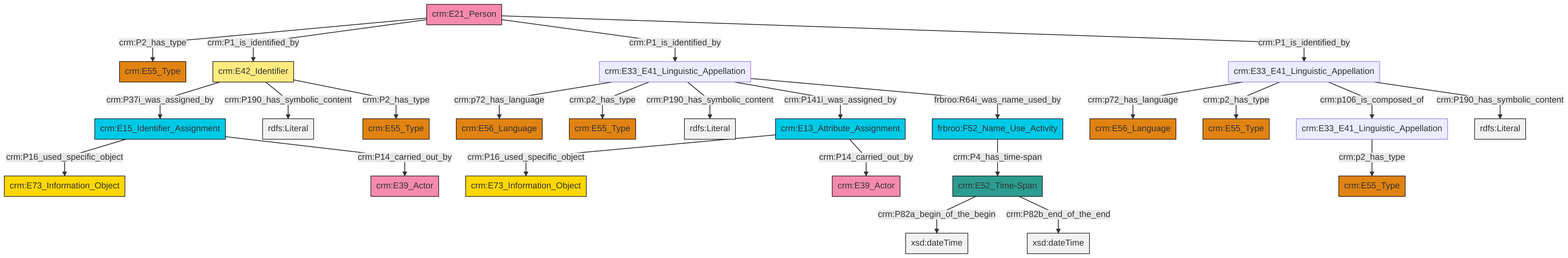
The Mermaid diagram et/personCSV/ttl/mmd/png/Person_Names_and_Classification.png in ncarboni/srdm, before a commit. Its source is kept beside it as et/personCSV/ttl/mmd/Person_Names_and_Classification.ttl.mmd.
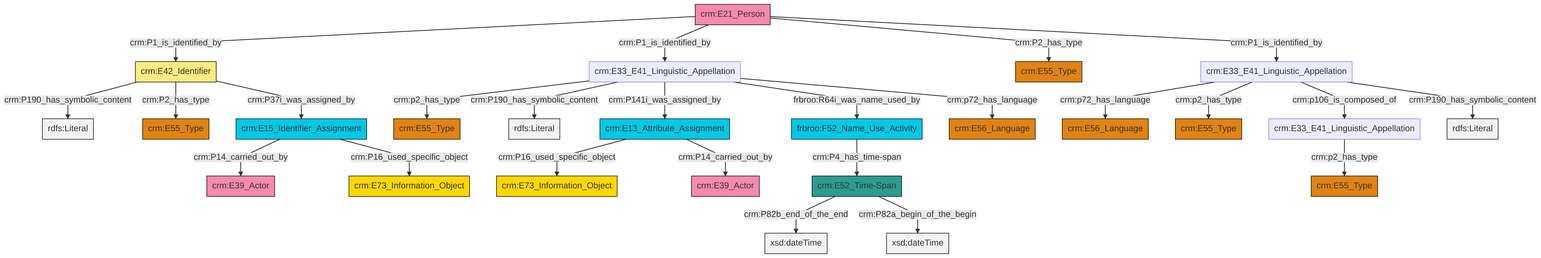
Later version of the same file.

What changed in the source:
```diff
@@ -13,27 +13,27 @@
 classDef PC_Classes fill:#4ce600, stroke:#000000;
 classDef Multi fill:#cccccc,stroke:#000000;
 
-0["crm:E33_E41_Linguistic_Appellation"]:::Default -->|crm:p72_has_language| 12["crm:E56_Language"]:::Type
-13["crm:E42_Identifier"]:::Appellation -->|crm:P37i_was_assigned_by| 14["crm:E15_Identifier_Assignment"]:::Temporal_Entity
-8["crm:E33_E41_Linguistic_Appellation"]:::Default -->|crm:p72_has_language| 18["crm:E56_Language"]:::Type
-0["crm:E33_E41_Linguistic_Appellation"]:::Default -->|crm:p2_has_type| 2["crm:E55_Type"]:::Type
-23["crm:E21_Person"]:::Actor -->|crm:P2_has_type| 24["crm:E55_Type"]:::Type
-8["crm:E33_E41_Linguistic_Appellation"]:::Default -->|crm:p2_has_type| 15["crm:E55_Type"]:::Type
-14["crm:E15_Identifier_Assignment"]:::Temporal_Entity -->|crm:P16_used_specific_object| 19["crm:E73_Information_Object"]:::Conceptual_Object
-0["crm:E33_E41_Linguistic_Appellation"]:::Default -->|crm:P190_has_symbolic_content| 25[rdfs:Literal]:::Literal
-14["crm:E15_Identifier_Assignment"]:::Temporal_Entity -->|crm:P14_carried_out_by| 26["crm:E39_Actor"]:::Actor
-8["crm:E33_E41_Linguistic_Appellation"]:::Default -->|crm:p106_is_composed_of| 6["crm:E33_E41_Linguistic_Appellation"]:::Default
-23["crm:E21_Person"]:::Actor -->|crm:P1_is_identified_by| 13["crm:E42_Identifier"]:::Appellation
-33["frbroo:F52_Name_Use_Activity"]:::Temporal_Entity -->|crm:P4_has_time-span| 34["crm:E52_Time-Span"]:::Time-Span
-34["crm:E52_Time-Span"]:::Time-Span -->|crm:P82a_begin_of_the_begin| 36[xsd:dateTime]:::Literal
-0["crm:E33_E41_Linguistic_Appellation"]:::Default -->|crm:P141i_was_assigned_by| 27["crm:E13_Attribute_Assignment"]:::Temporal_Entity
-13["crm:E42_Identifier"]:::Appellation -->|crm:P190_has_symbolic_content| 38[rdfs:Literal]:::Literal
-27["crm:E13_Attribute_Assignment"]:::Temporal_Entity -->|crm:P16_used_specific_object| 21["crm:E73_Information_Object"]:::Conceptual_Object
-0["crm:E33_E41_Linguistic_Appellation"]:::Default -->|frbroo:R64i_was_name_used_by| 33["frbroo:F52_Name_Use_Activity"]:::Temporal_Entity
-23["crm:E21_Person"]:::Actor -->|crm:P1_is_identified_by| 0["crm:E33_E41_Linguistic_Appellation"]:::Default
-23["crm:E21_Person"]:::Actor -->|crm:P1_is_identified_by| 8["crm:E33_E41_Linguistic_Appellation"]:::Default
-34["crm:E52_Time-Span"]:::Time-Span -->|crm:P82b_end_of_the_end| 42[xsd:dateTime]:::Literal
-6["crm:E33_E41_Linguistic_Appellation"]:::Default -->|crm:p2_has_type| 10["crm:E55_Type"]:::Type
-27["crm:E13_Attribute_Assignment"]:::Temporal_Entity -->|crm:P14_carried_out_by| 4["crm:E39_Actor"]:::Actor
-13["crm:E42_Identifier"]:::Appellation -->|crm:P2_has_type| 39["crm:E55_Type"]:::Type
-8["crm:E33_E41_Linguistic_Appellation"]:::Default -->|crm:P190_has_symbolic_content| 46[rdfs:Literal]:::Literal
+0["crm:E42_Identifier"]:::Appellation -->|crm:P190_has_symbolic_content| 1[rdfs:Literal]:::Literal
+2["crm:E33_E41_Linguistic_Appellation"]:::Default -->|crm:p2_has_type| 6["crm:E55_Type"]:::Type
+4["crm:E33_E41_Linguistic_Appellation"]:::Default -->|crm:p72_has_language| 9["crm:E56_Language"]:::Type
+15["crm:E52_Time-Span"]:::Time-Span -->|crm:P82b_end_of_the_end| 17[xsd:dateTime]:::Literal
+2["crm:E33_E41_Linguistic_Appellation"]:::Default -->|crm:P190_has_symbolic_content| 18[rdfs:Literal]:::Literal
+19["crm:E21_Person"]:::Actor -->|crm:P1_is_identified_by| 0["crm:E42_Identifier"]:::Appellation
+19["crm:E21_Person"]:::Actor -->|crm:P1_is_identified_by| 2["crm:E33_E41_Linguistic_Appellation"]:::Default
+21["crm:E15_Identifier_Assignment"]:::Temporal_Entity -->|crm:P14_carried_out_by| 10["crm:E39_Actor"]:::Actor
+22["crm:E13_Attribute_Assignment"]:::Temporal_Entity -->|crm:P16_used_specific_object| 13["crm:E73_Information_Object"]:::Conceptual_Object
+15["crm:E52_Time-Span"]:::Time-Span -->|crm:P82a_begin_of_the_begin| 24[xsd:dateTime]:::Literal
+26["frbroo:F52_Name_Use_Activity"]:::Temporal_Entity -->|crm:P4_has_time-span| 15["crm:E52_Time-Span"]:::Time-Span
+4["crm:E33_E41_Linguistic_Appellation"]:::Default -->|crm:p2_has_type| 7["crm:E55_Type"]:::Type
+4["crm:E33_E41_Linguistic_Appellation"]:::Default -->|crm:p106_is_composed_of| 29["crm:E33_E41_Linguistic_Appellation"]:::Default
+2["crm:E33_E41_Linguistic_Appellation"]:::Default -->|crm:P141i_was_assigned_by| 22["crm:E13_Attribute_Assignment"]:::Temporal_Entity
+0["crm:E42_Identifier"]:::Appellation -->|crm:P2_has_type| 30["crm:E55_Type"]:::Type
+22["crm:E13_Attribute_Assignment"]:::Temporal_Entity -->|crm:P14_carried_out_by| 27["crm:E39_Actor"]:::Actor
+2["crm:E33_E41_Linguistic_Appellation"]:::Default -->|frbroo:R64i_was_name_used_by| 26["frbroo:F52_Name_Use_Activity"]:::Temporal_Entity
+19["crm:E21_Person"]:::Actor -->|crm:P2_has_type| 31["crm:E55_Type"]:::Type
+2["crm:E33_E41_Linguistic_Appellation"]:::Default -->|crm:p72_has_language| 32["crm:E56_Language"]:::Type
+0["crm:E42_Identifier"]:::Appellation -->|crm:P37i_was_assigned_by| 21["crm:E15_Identifier_Assignment"]:::Temporal_Entity
+21["crm:E15_Identifier_Assignment"]:::Temporal_Entity -->|crm:P16_used_specific_object| 39["crm:E73_Information_Object"]:::Conceptual_Object
+29["crm:E33_E41_Linguistic_Appellation"]:::Default -->|crm:p2_has_type| 35["crm:E55_Type"]:::Type
+19["crm:E21_Person"]:::Actor -->|crm:P1_is_identified_by| 4["crm:E33_E41_Linguistic_Appellation"]:::Default
+4["crm:E33_E41_Linguistic_Appellation"]:::Default -->|crm:P190_has_symbolic_content| 43[rdfs:Literal]:::Literal
```
